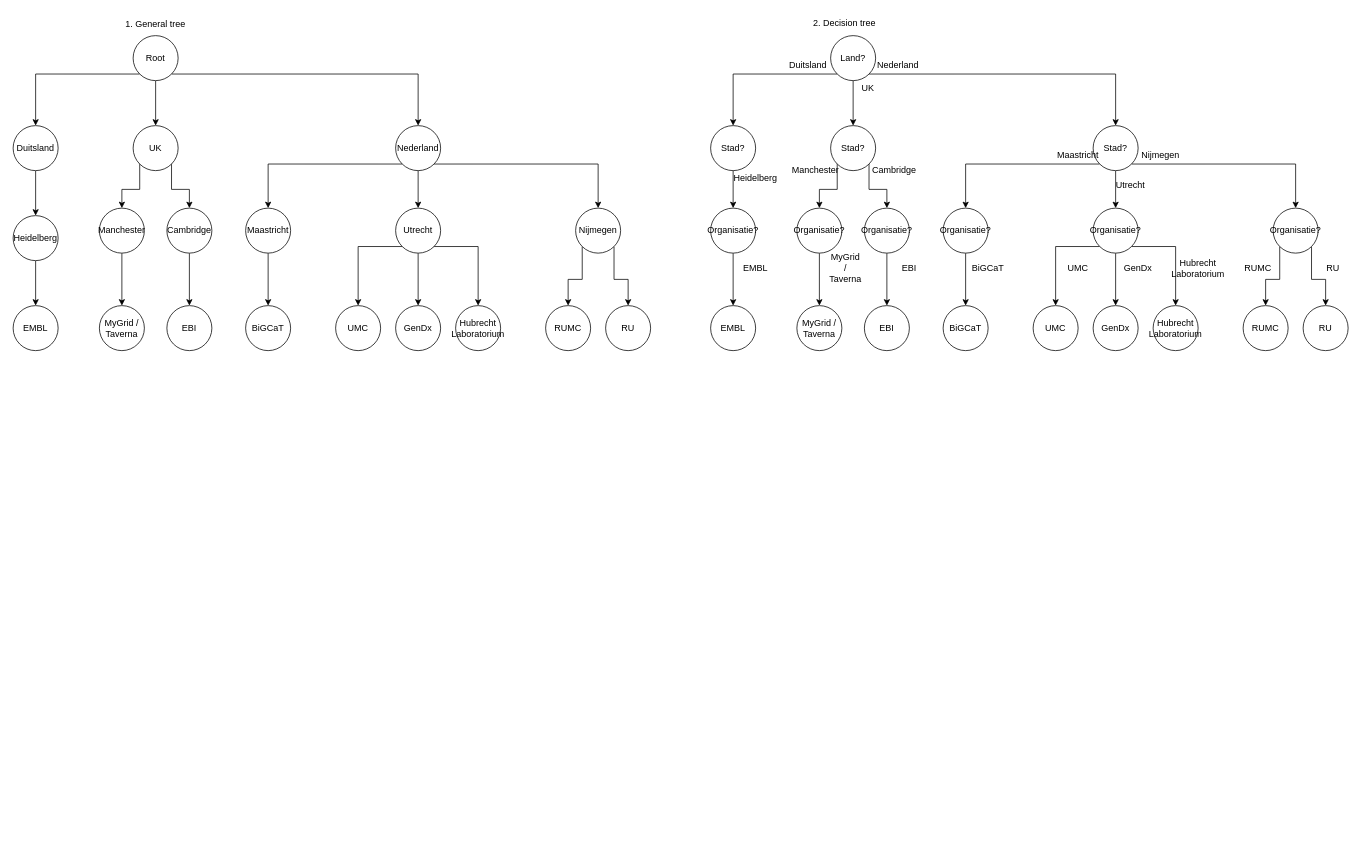
This is Untitled Diagram.drawio from BramUt-Afvinkopdrachten/Blok6-Afvinkopdracht4, a draw.io file, before an edit. Source tidied: cells renumbered, new cells numbered last; positions are measured from the earlier drawing's top-left corner, leaving out a move shared by most shapes. Both pictures are drawn from the tidied source at 75%, with x=0, y=0 at pixel (13, 13).
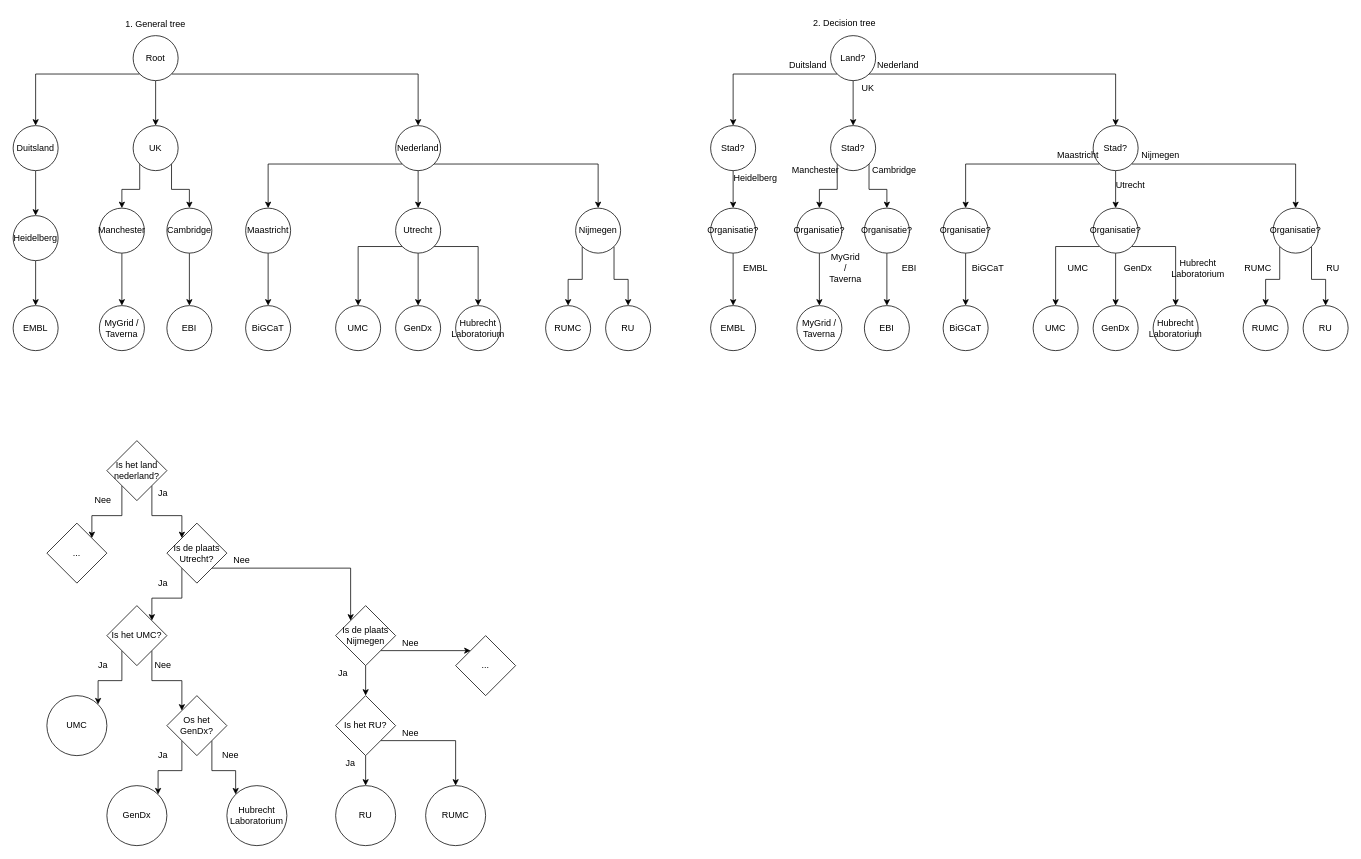
After the change.

Change to the diagram source:
```diff
@@
+    <mxCell id="96" style="edgeStyle=orthogonalEdgeStyle;rounded=0;jettySize=auto;html=1;exitX=0;exitY=1;exitDx=0;exitDy=0;entryX=1;entryY=0;entryDx=0;entryDy=0;" parent="1" edge="1" source="98" target="99">
+      <mxGeometry relative="1" as="geometry" />
+    </mxCell>
+    <mxCell id="97" style="edgeStyle=orthogonalEdgeStyle;rounded=0;jettySize=auto;html=1;exitX=1;exitY=1;exitDx=0;exitDy=0;entryX=0;entryY=0;entryDx=0;entryDy=0;" parent="1" edge="1" source="98" target="102">
+      <mxGeometry relative="1" as="geometry" />
+    </mxCell>
+    <mxCell id="98" value="Is het land nederland?" style="rhombus;whiteSpace=wrap;html=1;" parent="1" vertex="1">
+      <mxGeometry x="125" y="570" width="80" height="80" as="geometry" />
+    </mxCell>
+    <mxCell id="99" value="..." style="rhombus;whiteSpace=wrap;html=1;" parent="1" vertex="1">
+      <mxGeometry x="45" y="680" width="80" height="80" as="geometry" />
+    </mxCell>
+    <mxCell id="100" style="edgeStyle=orthogonalEdgeStyle;rounded=0;jettySize=auto;html=1;exitX=0;exitY=1;exitDx=0;exitDy=0;entryX=1;entryY=0;entryDx=0;entryDy=0;" parent="1" edge="1" source="102" target="105">
+      <mxGeometry relative="1" as="geometry" />
+    </mxCell>
+    <mxCell id="101" style="edgeStyle=orthogonalEdgeStyle;rounded=0;jettySize=auto;html=1;exitX=1;exitY=1;exitDx=0;exitDy=0;entryX=0;entryY=0;entryDx=0;entryDy=0;" parent="1" edge="1" source="102" target="108">
+      <mxGeometry relative="1" as="geometry" />
+    </mxCell>
+    <mxCell id="102" value="Is de plaats Utrecht?" style="rhombus;whiteSpace=wrap;html=1;" parent="1" vertex="1">
+      <mxGeometry x="205" y="680" width="80" height="80" as="geometry" />
+    </mxCell>
+    <mxCell id="103" style="edgeStyle=orthogonalEdgeStyle;rounded=0;jettySize=auto;html=1;exitX=0;exitY=1;exitDx=0;exitDy=0;entryX=1;entryY=0;entryDx=0;entryDy=0;" parent="1" edge="1" source="105" target="109">
+      <mxGeometry relative="1" as="geometry" />
+    </mxCell>
+    <mxCell id="104" style="edgeStyle=orthogonalEdgeStyle;rounded=0;jettySize=auto;html=1;exitX=1;exitY=1;exitDx=0;exitDy=0;entryX=0;entryY=0;entryDx=0;entryDy=0;" parent="1" edge="1" source="105" target="112">
+      <mxGeometry relative="1" as="geometry" />
+    </mxCell>
+    <mxCell id="105" value="Is het UMC?" style="rhombus;whiteSpace=wrap;html=1;" parent="1" vertex="1">
+      <mxGeometry x="125" y="790" width="80" height="80" as="geometry" />
+    </mxCell>
+    <mxCell id="106" style="edgeStyle=orthogonalEdgeStyle;rounded=0;jettySize=auto;html=1;exitX=1;exitY=1;exitDx=0;exitDy=0;entryX=0;entryY=0;entryDx=0;entryDy=0;" parent="1" edge="1" source="108" target="126">
+      <mxGeometry relative="1" as="geometry" />
+    </mxCell>
+    <mxCell id="107" style="edgeStyle=orthogonalEdgeStyle;rounded=0;jettySize=auto;html=1;exitX=0.5;exitY=1;exitDx=0;exitDy=0;" parent="1" edge="1" source="108" target="125">
+      <mxGeometry relative="1" as="geometry" />
+    </mxCell>
+    <mxCell id="108" value="Is de plaats Nijmegen" style="rhombus;whiteSpace=wrap;html=1;" parent="1" vertex="1">
+      <mxGeometry x="430" y="790" width="80" height="80" as="geometry" />
+    </mxCell>
+    <mxCell id="109" value="UMC" style="ellipse;whiteSpace=wrap;html=1;" parent="1" vertex="1">
+      <mxGeometry x="45" y="910" width="80" height="80" as="geometry" />
+    </mxCell>
+    <mxCell id="110" style="edgeStyle=orthogonalEdgeStyle;rounded=0;jettySize=auto;html=1;exitX=0;exitY=1;exitDx=0;exitDy=0;entryX=1;entryY=0;entryDx=0;entryDy=0;" parent="1" edge="1" source="112" target="113">
+      <mxGeometry relative="1" as="geometry" />
+    </mxCell>
+    <mxCell id="111" style="edgeStyle=orthogonalEdgeStyle;rounded=0;jettySize=auto;html=1;exitX=1;exitY=1;exitDx=0;exitDy=0;entryX=0;entryY=0;entryDx=0;entryDy=0;" parent="1" edge="1" source="112" target="114">
+      <mxGeometry relative="1" as="geometry" />
+    </mxCell>
+    <mxCell id="112" value="Os het GenDx?" style="rhombus;whiteSpace=wrap;html=1;" parent="1" vertex="1">
+      <mxGeometry x="205" y="910" width="80" height="80" as="geometry" />
+    </mxCell>
+    <mxCell id="113" value="GenDx" style="ellipse;whiteSpace=wrap;html=1;" parent="1" vertex="1">
+      <mxGeometry x="125" y="1030" width="80" height="80" as="geometry" />
+    </mxCell>
+    <mxCell id="114" value="Hubrecht Laboratorium" style="ellipse;whiteSpace=wrap;html=1;" parent="1" vertex="1">
+      <mxGeometry x="285" y="1030" width="80" height="80" as="geometry" />
+    </mxCell>
+    <mxCell id="115" value="Ja" style="text;html=1;strokeColor=none;fillColor=none;align=center;verticalAlign=middle;whiteSpace=wrap;rounded=0;" parent="1" vertex="1">
+      <mxGeometry x="180" y="750" width="40" height="20" as="geometry" />
+    </mxCell>
+    <mxCell id="116" value="Nee" style="text;html=1;strokeColor=none;fillColor=none;align=center;verticalAlign=middle;whiteSpace=wrap;rounded=0;" parent="1" vertex="1">
+      <mxGeometry x="285" y="720" width="40" height="20" as="geometry" />
+    </mxCell>
+    <mxCell id="117" value="Ja" style="text;html=1;strokeColor=none;fillColor=none;align=center;verticalAlign=middle;whiteSpace=wrap;rounded=0;" parent="1" vertex="1">
+      <mxGeometry x="180" y="630" width="40" height="20" as="geometry" />
+    </mxCell>
+    <mxCell id="118" value="Ja" style="text;html=1;strokeColor=none;fillColor=none;align=center;verticalAlign=middle;whiteSpace=wrap;rounded=0;" parent="1" vertex="1">
+      <mxGeometry x="100" y="860" width="40" height="20" as="geometry" />
+    </mxCell>
+    <mxCell id="119" value="Ja" style="text;html=1;strokeColor=none;fillColor=none;align=center;verticalAlign=middle;whiteSpace=wrap;rounded=0;" parent="1" vertex="1">
+      <mxGeometry x="180" y="980" width="40" height="20" as="geometry" />
+    </mxCell>
+    <mxCell id="120" value="Nee" style="text;html=1;strokeColor=none;fillColor=none;align=center;verticalAlign=middle;whiteSpace=wrap;rounded=0;" parent="1" vertex="1">
+      <mxGeometry x="180" y="860" width="40" height="20" as="geometry" />
+    </mxCell>
+    <mxCell id="121" value="Nee" style="text;html=1;strokeColor=none;fillColor=none;align=center;verticalAlign=middle;whiteSpace=wrap;rounded=0;" parent="1" vertex="1">
+      <mxGeometry x="100" y="640" width="40" height="20" as="geometry" />
+    </mxCell>
+    <mxCell id="122" value="Nee" style="text;html=1;strokeColor=none;fillColor=none;align=center;verticalAlign=middle;whiteSpace=wrap;rounded=0;" parent="1" vertex="1">
+      <mxGeometry x="270" y="980" width="40" height="20" as="geometry" />
+    </mxCell>
+    <mxCell id="123" style="edgeStyle=orthogonalEdgeStyle;rounded=0;jettySize=auto;html=1;entryX=0.5;entryY=0;entryDx=0;entryDy=0;" parent="1" edge="1" source="125" target="127">
+      <mxGeometry relative="1" as="geometry" />
+    </mxCell>
+    <mxCell id="124" style="edgeStyle=orthogonalEdgeStyle;rounded=0;jettySize=auto;html=1;exitX=1;exitY=1;exitDx=0;exitDy=0;entryX=0.5;entryY=0;entryDx=0;entryDy=0;" parent="1" edge="1" source="125" target="128">
+      <mxGeometry relative="1" as="geometry" />
+    </mxCell>
+    <mxCell id="125" value="Is het RU?" style="rhombus;whiteSpace=wrap;html=1;" parent="1" vertex="1">
+      <mxGeometry x="430" y="910" width="80" height="80" as="geometry" />
+    </mxCell>
+    <mxCell id="126" value="..." style="rhombus;whiteSpace=wrap;html=1;" parent="1" vertex="1">
+      <mxGeometry x="590" y="830" width="80" height="80" as="geometry" />
+    </mxCell>
+    <mxCell id="127" value="RU" style="ellipse;whiteSpace=wrap;html=1;" parent="1" vertex="1">
+      <mxGeometry x="430" y="1030" width="80" height="80" as="geometry" />
+    </mxCell>
+    <mxCell id="128" value="RUMC" style="ellipse;whiteSpace=wrap;html=1;" parent="1" vertex="1">
+      <mxGeometry x="550" y="1030" width="80" height="80" as="geometry" />
+    </mxCell>
+    <mxCell id="129" value="Nee" style="text;html=1;strokeColor=none;fillColor=none;align=center;verticalAlign=middle;whiteSpace=wrap;rounded=0;" parent="1" vertex="1">
+      <mxGeometry x="510" y="950" width="40" height="20" as="geometry" />
+    </mxCell>
+    <mxCell id="130" value="Nee" style="text;html=1;strokeColor=none;fillColor=none;align=center;verticalAlign=middle;whiteSpace=wrap;rounded=0;" parent="1" vertex="1">
+      <mxGeometry x="510" y="830" width="40" height="20" as="geometry" />
+    </mxCell>
+    <mxCell id="131" value="Ja" style="text;html=1;strokeColor=none;fillColor=none;align=center;verticalAlign=middle;whiteSpace=wrap;rounded=0;" parent="1" vertex="1">
+      <mxGeometry x="420" y="870" width="40" height="20" as="geometry" />
+    </mxCell>
+    <mxCell id="132" value="Ja" style="text;html=1;strokeColor=none;fillColor=none;align=center;verticalAlign=middle;whiteSpace=wrap;rounded=0;" parent="1" vertex="1">
+      <mxGeometry x="430" y="990" width="40" height="20" as="geometry" />
+    </mxCell>
```
